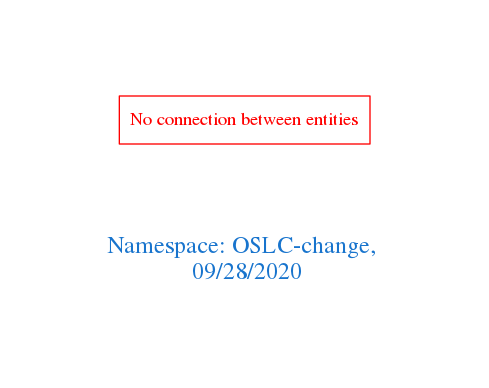
Above: downloads/OSLC-change.png in arago/OGIT (Graphviz), before the change. Its source is kept beside it as downloads/OSLC-change.dot.
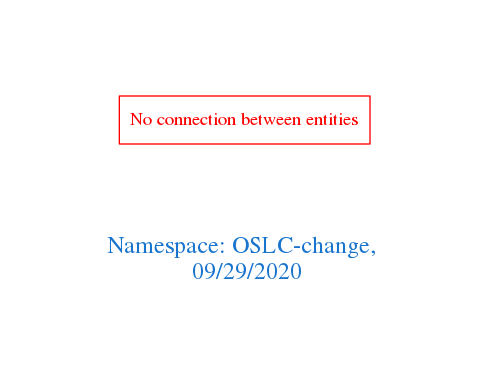
Above is the later version.

What changed in the source:
```diff
@@ -1,7 +1,7 @@
 digraph OGIT_ontology {
  graph [ rankdir= LR,pad=1
 fontsize = 18,
-fontcolor= dodgerblue3,label = "\n\n\nNamespace: OSLC-change, \n 09/28/2020"];
+fontcolor= dodgerblue3,label = "\n\n\nNamespace: OSLC-change, \n 09/29/2020"];
 node[shape=polygon];
 edge [  color="gray81"];
 
```
